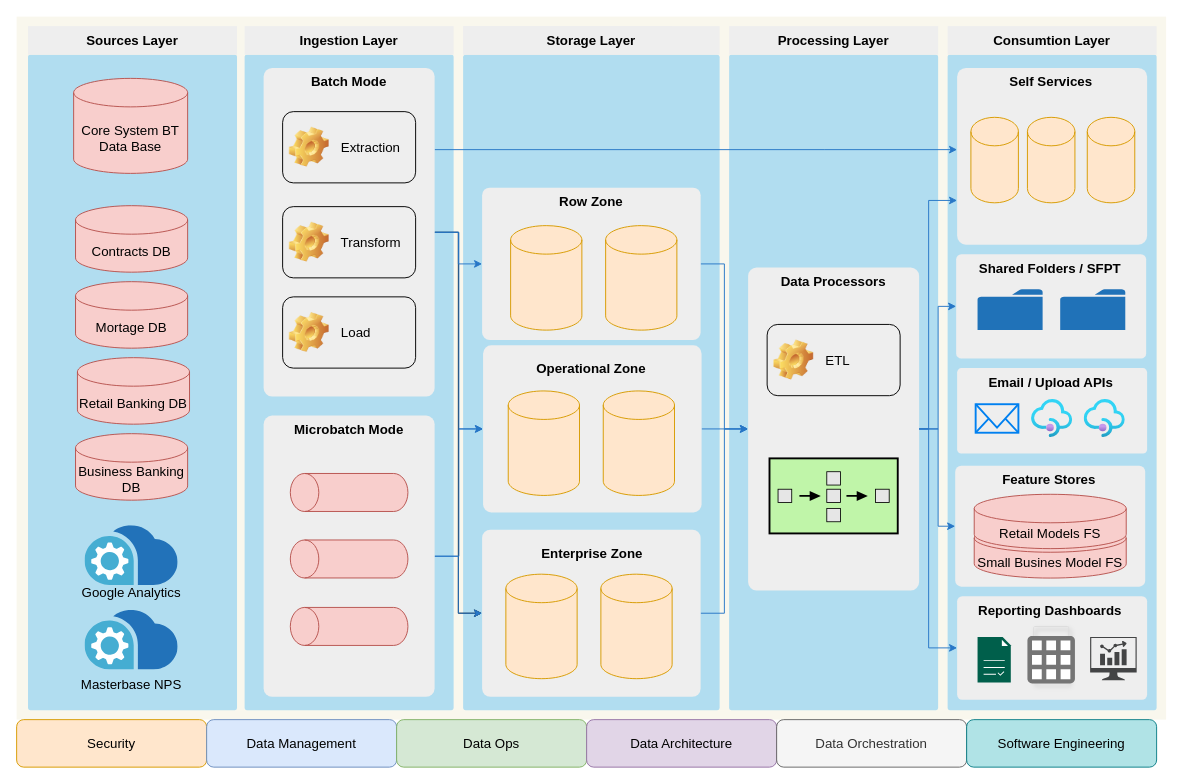
Earlier version of the draw.io diagram page "Página-2" (2 of 2) of identificacion-problema.drawio (jastonitas/mba-tesis-grupo5). Source tidied: cells renumbered, new cells numbered last; positions are measured from the earlier drawing's top-left corner, leaving out a move shared by most shapes. Both pictures are drawn from the tidied source at 95%, with x=0, y=0 at pixel (16, 16).
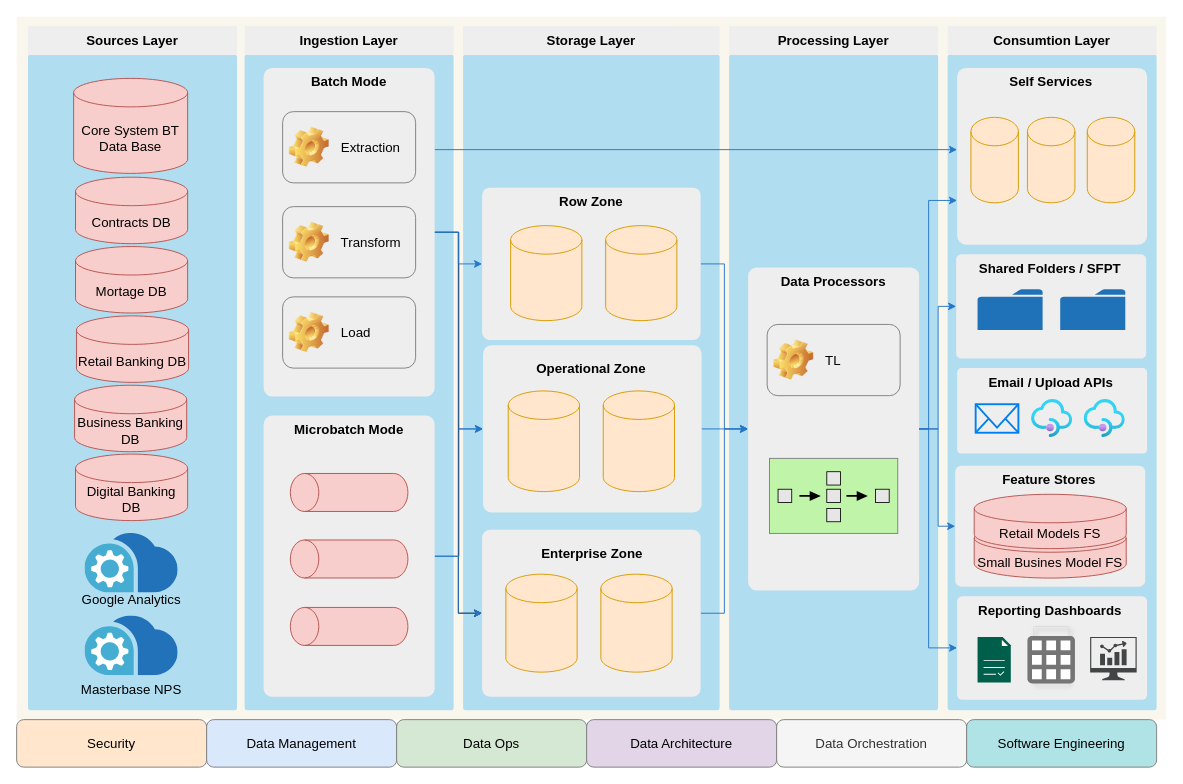
The same page after the edit.

Change to the diagram source:
```diff
@@
     <mxCell id="7" value="Contracts DB" style="shape=cylinder3;whiteSpace=wrap;html=1;boundedLbl=1;backgroundOutline=1;size=15;fontSize=14;fillColor=#f8cecc;strokeColor=#b85450;" parent="1" vertex="1">
-      <mxGeometry x="62" y="199" width="118" height="70" as="geometry" />
+      <mxGeometry x="62" y="169" width="118" height="70" as="geometry" />
     </mxCell>
     <mxCell id="8" value="Mortage DB" style="shape=cylinder3;whiteSpace=wrap;html=1;boundedLbl=1;backgroundOutline=1;size=15;fontSize=14;fillColor=#f8cecc;strokeColor=#b85450;" parent="1" vertex="1">
-      <mxGeometry x="62" y="279" width="118" height="70" as="geometry" />
+      <mxGeometry x="62" y="242" width="118" height="70" as="geometry" />
     </mxCell>
     <mxCell id="9" value="Retail Banking DB" style="shape=cylinder3;whiteSpace=wrap;html=1;boundedLbl=1;backgroundOutline=1;size=15;fontSize=14;fillColor=#f8cecc;strokeColor=#b85450;" parent="1" vertex="1">
-      <mxGeometry x="64" y="359" width="118" height="70" as="geometry" />
+      <mxGeometry x="63" y="315" width="118" height="70" as="geometry" />
     </mxCell>
     <mxCell id="10" value="Business Banking DB" style="shape=cylinder3;whiteSpace=wrap;html=1;boundedLbl=1;backgroundOutline=1;size=15;fontSize=14;fillColor=#f8cecc;strokeColor=#b85450;" parent="1" vertex="1">
-      <mxGeometry x="62" y="439" width="118" height="70" as="geometry" />
+      <mxGeometry x="61" y="388" width="118" height="70" as="geometry" />
     </mxCell>
     <mxCell id="11" style="sketch=0;html=1;align=center;image;fontSize=12;image=img/lib/mscae/Data_Box_Edge_Data_Box_Gateway.svg;fillColor=#2877C7;" parent="1" vertex="1">
-      <mxGeometry x="72" y="536" width="98" height="62.7" as="geometry" />
+      <mxGeometry x="72" y="544" width="98" height="62.7" as="geometry" />
     </mxCell>
     <mxCell id="12" style="sketch=0;html=1;align=center;image;fontSize=12;image=img/lib/mscae/Data_Box_Edge_Data_Box_Gateway.svg;fillColor=#2877C7;" parent="1" vertex="1">
-      <mxGeometry x="72" y="625" width="98" height="62.7" as="geometry" />
+      <mxGeometry x="72" y="631" width="98" height="62.7" as="geometry" />
     </mxCell>
     <mxCell id="13" value="Google Analytics" style="rounded=0;whiteSpace=wrap;html=1;fontSize=14;fillColor=none;strokeColor=none;" parent="1" vertex="1">
-      <mxGeometry x="56" y="591" width="130" height="30" as="geometry" />
+      <mxGeometry x="56" y="599" width="130" height="30" as="geometry" />
     </mxCell>
     <mxCell id="14" value="Masterbase NPS" style="rounded=0;whiteSpace=wrap;html=1;fontSize=14;fillColor=none;strokeColor=none;" parent="1" vertex="1">
-      <mxGeometry x="56" y="687.7" width="130" height="30" as="geometry" />
+      <mxGeometry x="56" y="693.7" width="130" height="30" as="geometry" />
     </mxCell>
@@
     <mxCell id="46" style="shape=cylinder3;whiteSpace=wrap;html=1;boundedLbl=1;backgroundOutline=1;size=15;fontSize=14;fillColor=#ffe6cc;strokeColor=#d79b00;" parent="1" vertex="1">
-      <mxGeometry x="520" y="220" width="75" height="110" as="geometry" />
+      <mxGeometry x="520" y="220" width="75" height="100" as="geometry" />
     </mxCell>
     <mxCell id="47" style="shape=cylinder3;whiteSpace=wrap;html=1;boundedLbl=1;backgroundOutline=1;size=15;fontSize=14;fillColor=#ffe6cc;strokeColor=#d79b00;" parent="1" vertex="1">
-      <mxGeometry x="620" y="220" width="75" height="110" as="geometry" />
+      <mxGeometry x="620" y="220" width="75" height="100" as="geometry" />
     </mxCell>
     <mxCell id="48" style="shape=cylinder3;whiteSpace=wrap;html=1;boundedLbl=1;backgroundOutline=1;size=15;fontSize=14;fillColor=#ffe6cc;strokeColor=#d79b00;" parent="1" vertex="1">
-      <mxGeometry x="517.5" y="394" width="75" height="110" as="geometry" />
+      <mxGeometry x="517.5" y="394" width="75" height="106" as="geometry" />
     </mxCell>
     <mxCell id="49" style="shape=cylinder3;whiteSpace=wrap;html=1;boundedLbl=1;backgroundOutline=1;size=15;fontSize=14;fillColor=#ffe6cc;strokeColor=#d79b00;" parent="1" vertex="1">
-      <mxGeometry x="617.5" y="394" width="75" height="110" as="geometry" />
+      <mxGeometry x="617.5" y="394" width="75" height="106" as="geometry" />
     </mxCell>
     <mxCell id="50" style="shape=cylinder3;whiteSpace=wrap;html=1;boundedLbl=1;backgroundOutline=1;size=15;fontSize=14;fillColor=#ffe6cc;strokeColor=#d79b00;" parent="1" vertex="1">
-      <mxGeometry x="515" y="586.9" width="75" height="110" as="geometry" />
+      <mxGeometry x="515" y="586.9" width="75" height="103.1" as="geometry" />
     </mxCell>
     <mxCell id="51" style="shape=cylinder3;whiteSpace=wrap;html=1;boundedLbl=1;backgroundOutline=1;size=15;fontSize=14;fillColor=#ffe6cc;strokeColor=#d79b00;" parent="1" vertex="1">
-      <mxGeometry x="615" y="586.9" width="75" height="110" as="geometry" />
+      <mxGeometry x="615" y="586.9" width="75" height="103.1" as="geometry" />
     </mxCell>
@@
-    <mxCell id="55" value="&lt;span style=&quot;font-weight: normal;&quot;&gt;&amp;nbsp; Extraction&lt;/span&gt;" style="label;whiteSpace=wrap;html=1;image=img/clipart/Gear_128x128.png;fontSize=14;fillColor=none;" parent="1" vertex="1">
+    <mxCell id="55" value="&lt;span style=&quot;font-weight: normal;&quot;&gt;&amp;nbsp; Extraction&lt;/span&gt;" style="label;whiteSpace=wrap;html=1;image=img/clipart/Gear_128x128.png;fontSize=14;fillColor=none;strokeColor=#808080;" parent="1" vertex="1">
       <mxGeometry x="280" y="100" width="140" height="75" as="geometry" />
     </mxCell>
-    <mxCell id="56" value="&lt;span style=&quot;font-weight: normal;&quot;&gt;&amp;nbsp; Transform&lt;/span&gt;" style="label;whiteSpace=wrap;html=1;image=img/clipart/Gear_128x128.png;fontSize=14;fillColor=none;" parent="1" vertex="1">
+    <mxCell id="56" value="&lt;span style=&quot;font-weight: normal;&quot;&gt;&amp;nbsp; Transform&lt;/span&gt;" style="label;whiteSpace=wrap;html=1;image=img/clipart/Gear_128x128.png;fontSize=14;fillColor=none;strokeColor=#808080;" parent="1" vertex="1">
       <mxGeometry x="280" y="200" width="140" height="75" as="geometry" />
     </mxCell>
-    <mxCell id="57" value="&lt;span style=&quot;font-weight: normal;&quot;&gt;&amp;nbsp; Load&lt;/span&gt;" style="label;whiteSpace=wrap;html=1;image=img/clipart/Gear_128x128.png;fontSize=14;fillColor=none;" parent="1" vertex="1">
+    <mxCell id="57" value="&lt;span style=&quot;font-weight: normal;&quot;&gt;&amp;nbsp; Load&lt;/span&gt;" style="label;whiteSpace=wrap;html=1;image=img/clipart/Gear_128x128.png;fontSize=14;fillColor=none;strokeColor=#808080;" parent="1" vertex="1">
       <mxGeometry x="280" y="295" width="140" height="75" as="geometry" />
     </mxCell>
@@
-    <mxCell id="83" value="&lt;span style=&quot;font-weight: normal;&quot;&gt;&amp;nbsp; ETL&lt;/span&gt;" style="label;whiteSpace=wrap;html=1;image=img/clipart/Gear_128x128.png;fontSize=14;fillColor=none;" parent="1" vertex="1">
+    <mxCell id="83" value="&lt;span style=&quot;font-weight: normal;&quot;&gt;&amp;nbsp; TL&lt;/span&gt;" style="label;whiteSpace=wrap;html=1;image=img/clipart/Gear_128x128.png;fontSize=14;fillColor=none;strokeColor=#808080;" parent="1" vertex="1">
       <mxGeometry x="790" y="324" width="140" height="75" as="geometry" />
     </mxCell>
-    <mxCell id="84" style="strokeWidth=2;dashed=0;align=center;fontSize=8;fillColor=#c0f5a9;verticalLabelPosition=bottom;verticalAlign=top;shape=mxgraph.eip.composed_message_processor;" parent="1" vertex="1">
+    <mxCell id="84" style="strokeWidth=1;dashed=0;align=center;fontSize=8;fillColor=#c0f5a9;verticalLabelPosition=bottom;verticalAlign=top;shape=mxgraph.eip.composed_message_processor;strokeColor=#808080;" parent="1" vertex="1">
       <mxGeometry x="792.5" y="465" width="135" height="79" as="geometry" />
     </mxCell>
@@
-    <mxCell id="90" value="Security" style="rounded=1;whiteSpace=wrap;html=1;fontSize=14;fillColor=#ffe6cc;strokeColor=#d79b00;" parent="1" vertex="1">
+    <mxCell id="90" value="Security" style="rounded=1;whiteSpace=wrap;html=1;fontSize=14;fillColor=#ffe6cc;strokeColor=#808080;" parent="1" vertex="1">
       <mxGeometry y="740" width="200" height="50" as="geometry" />
     </mxCell>
-    <mxCell id="91" value="Data Management" style="rounded=1;whiteSpace=wrap;html=1;fontSize=14;fillColor=#dae8fc;strokeColor=#6c8ebf;" parent="1" vertex="1">
+    <mxCell id="91" value="Data Management" style="rounded=1;whiteSpace=wrap;html=1;fontSize=14;fillColor=#dae8fc;strokeColor=#808080;" parent="1" vertex="1">
       <mxGeometry x="200" y="740" width="200" height="50" as="geometry" />
     </mxCell>
-    <mxCell id="92" value="Data Ops" style="rounded=1;whiteSpace=wrap;html=1;fontSize=14;fillColor=#d5e8d4;strokeColor=#82b366;" parent="1" vertex="1">
+    <mxCell id="92" value="Data Ops" style="rounded=1;whiteSpace=wrap;html=1;fontSize=14;fillColor=#d5e8d4;strokeColor=#808080;" parent="1" vertex="1">
       <mxGeometry x="400" y="740" width="200" height="50" as="geometry" />
     </mxCell>
-    <mxCell id="93" value="Data Architecture" style="rounded=1;whiteSpace=wrap;html=1;fontSize=14;fillColor=#e1d5e7;strokeColor=#9673a6;" parent="1" vertex="1">
+    <mxCell id="93" value="Data Architecture" style="rounded=1;whiteSpace=wrap;html=1;fontSize=14;fillColor=#e1d5e7;strokeColor=#808080;" parent="1" vertex="1">
       <mxGeometry x="600" y="740" width="200" height="50" as="geometry" />
     </mxCell>
-    <mxCell id="94" value="Data Orchestration" style="rounded=1;whiteSpace=wrap;html=1;fontSize=14;fillColor=#f5f5f5;fontColor=#333333;strokeColor=#666666;" parent="1" vertex="1">
+    <mxCell id="94" value="Data Orchestration" style="rounded=1;whiteSpace=wrap;html=1;fontSize=14;fillColor=#f5f5f5;fontColor=#333333;strokeColor=#808080;" parent="1" vertex="1">
       <mxGeometry x="800" y="740" width="200" height="50" as="geometry" />
     </mxCell>
-    <mxCell id="95" value="Software Engineering" style="rounded=1;whiteSpace=wrap;html=1;fontSize=14;fillColor=#b0e3e6;strokeColor=#0e8088;" parent="1" vertex="1">
+    <mxCell id="95" value="Software Engineering" style="rounded=1;whiteSpace=wrap;html=1;fontSize=14;fillColor=#b0e3e6;strokeColor=#808080;" parent="1" vertex="1">
       <mxGeometry x="1000" y="740" width="200" height="50" as="geometry" />
     </mxCell>
+    <mxCell id="96" value="Digital Banking DB" style="shape=cylinder3;whiteSpace=wrap;html=1;boundedLbl=1;backgroundOutline=1;size=15;fontSize=14;fillColor=#f8cecc;strokeColor=#b85450;" parent="1" vertex="1">
+      <mxGeometry x="62" y="460.5" width="118" height="70" as="geometry" />
+    </mxCell>
```
